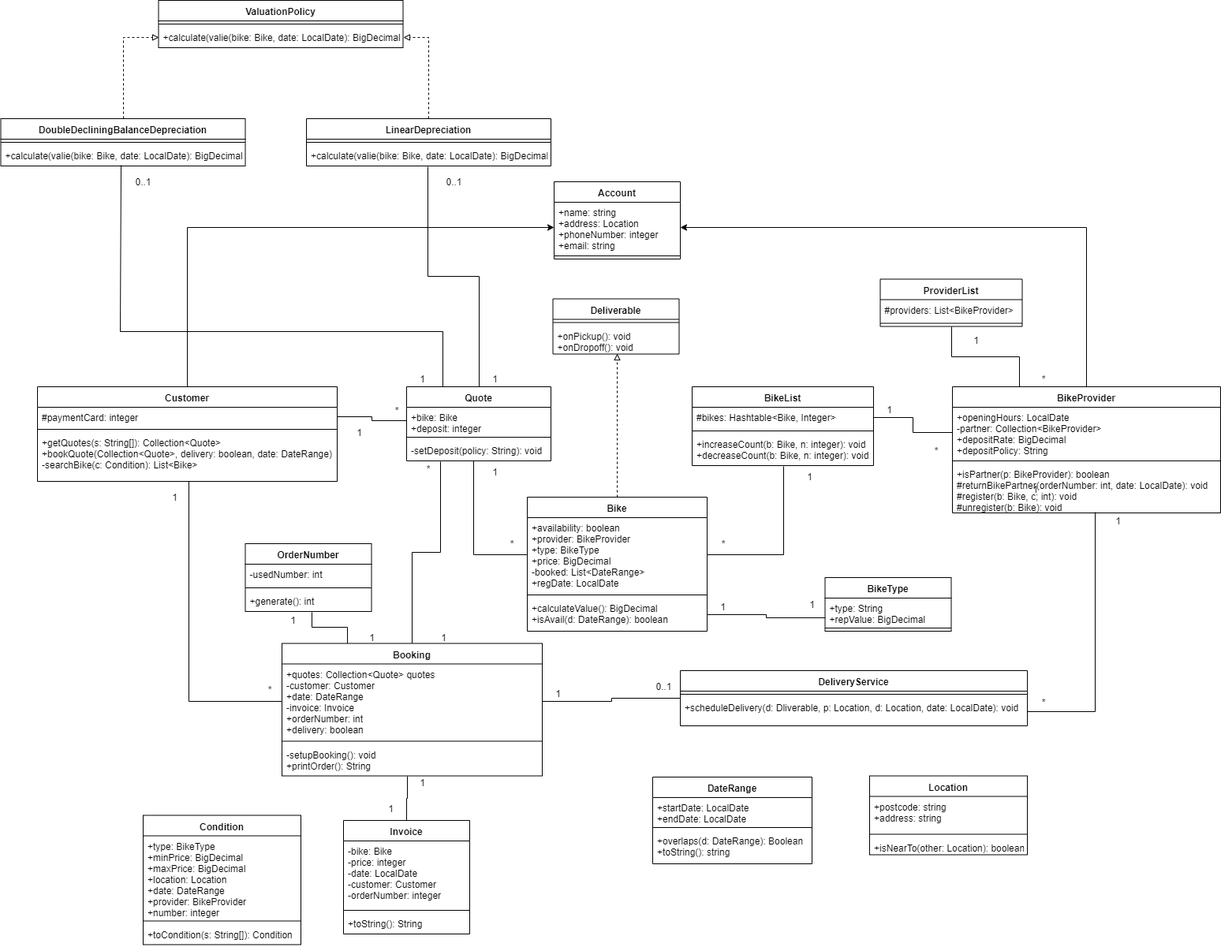
Before: diagram/cw2_class_diagram.png, a diagram exported from draw.io (SatoMichi/SE_CW_Bike_Rental_System). Source tidied: cells renumbered, new cells last; positions are measured from the earlier drawing's top-left corner, leaving out a move shared by most shapes.
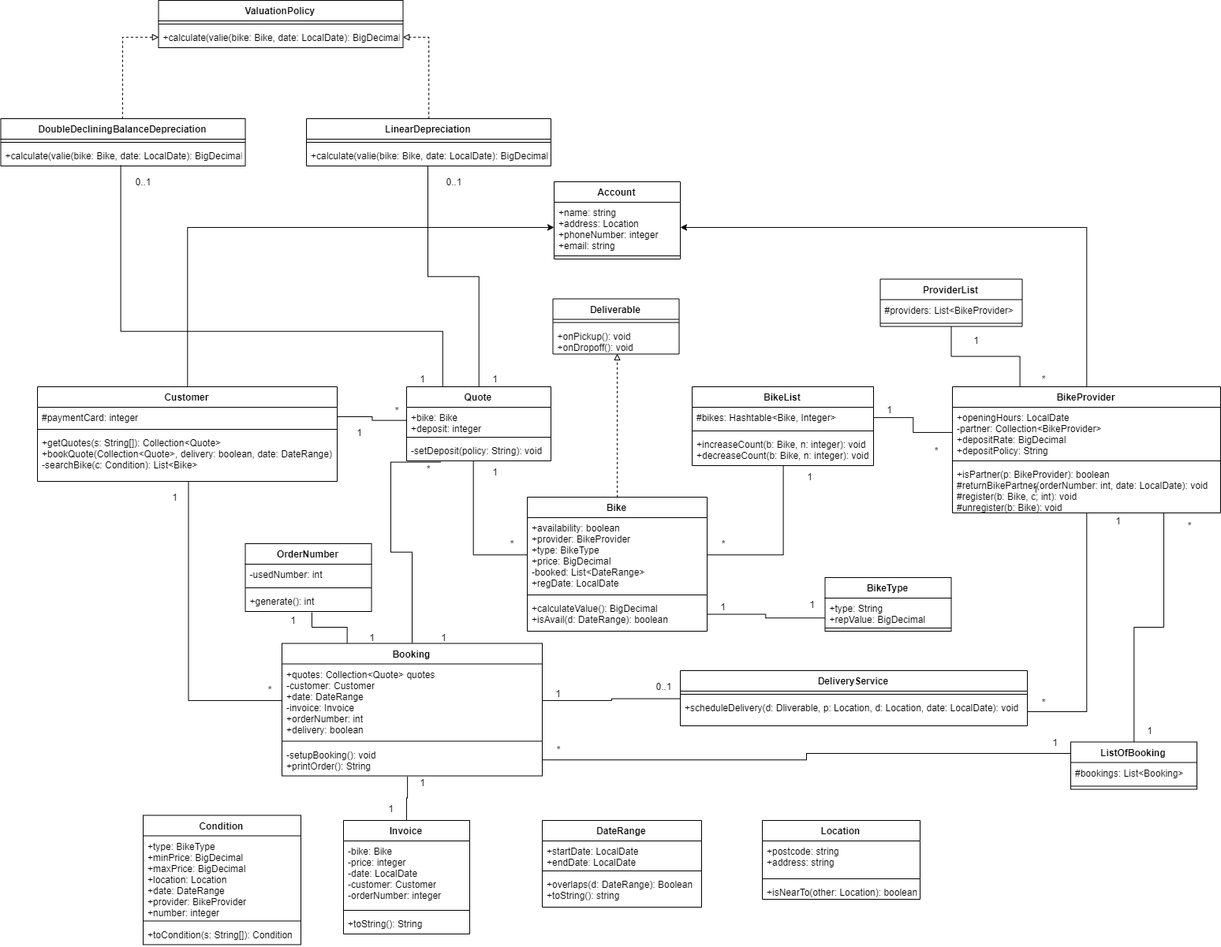
After the commit.

What changed in the source:
```diff
@@ -128,7 +128,7 @@
       <mxGeometry y="34" width="440" height="36" as="geometry" />
     </mxCell>
     <mxCell id="42" value="DateRange" style="swimlane;fontStyle=1;align=center;verticalAlign=top;horizontal=1;startSize=26;" parent="1" vertex="1">
-      <mxGeometry x="826" y="985" width="202" height="110" as="geometry" />
+      <mxGeometry x="686" y="1040" width="202" height="110" as="geometry" />
     </mxCell>
     <mxCell id="43" value="+startDate: LocalDate&#10;+endDate: LocalDate" style="text;strokeColor=none;fillColor=none;align=left;verticalAlign=top;spacingLeft=4;spacingRight=4;overflow=hidden;" parent="42" vertex="1">
       <mxGeometry y="26" width="202" height="34" as="geometry" />
@@ -143,7 +143,7 @@
       <mxGeometry x="1291" y="610" width="40" height="20" as="geometry" />
     </mxCell>
     <mxCell id="47" value="Location" style="swimlane;fontStyle=1;align=center;verticalAlign=top;horizontal=1;startSize=26;" parent="1" vertex="1">
-      <mxGeometry x="1101" y="983.5" width="200" height="100" as="geometry" />
+      <mxGeometry x="965" y="1040" width="200" height="100" as="geometry" />
     </mxCell>
     <mxCell id="48" value="+postcode: string&#10;+address: string" style="text;strokeColor=none;fillColor=none;align=left;verticalAlign=top;spacingLeft=4;spacingRight=4;overflow=hidden;" parent="47" vertex="1">
       <mxGeometry y="26" width="200" height="44" as="geometry" />
@@ -253,7 +253,7 @@
     <mxCell id="83" style="edgeStyle=orthogonalEdgeStyle;rounded=0;jettySize=auto;html=1;exitX=1;exitY=0.5;exitDx=0;exitDy=0;entryX=0;entryY=0.5;entryDx=0;entryDy=0;startArrow=none;startFill=0;endArrow=none;endFill=0;" parent="1" edge="1" source="36" target="39">
       <mxGeometry relative="1" as="geometry" />
     </mxCell>
-    <mxCell id="84" style="edgeStyle=orthogonalEdgeStyle;rounded=0;jettySize=auto;html=1;exitX=1;exitY=0.5;exitDx=0;exitDy=0;entryX=0.531;entryY=0.989;entryDx=0;entryDy=0;entryPerimeter=0;startArrow=none;startFill=0;endArrow=none;endFill=0;" parent="1" edge="1" source="41" target="14">
+    <mxCell id="84" style="edgeStyle=orthogonalEdgeStyle;rounded=0;jettySize=auto;html=1;exitX=1;exitY=0.5;exitDx=0;exitDy=0;startArrow=none;startFill=0;endArrow=none;endFill=0;entryX=0.5;entryY=1;entryDx=0;entryDy=0;entryPerimeter=0;" parent="1" edge="1" source="41" target="14">
       <mxGeometry relative="1" as="geometry" />
     </mxCell>
     <mxCell id="85" style="edgeStyle=orthogonalEdgeStyle;rounded=0;jettySize=auto;html=1;exitX=1;exitY=0.5;exitDx=0;exitDy=0;entryX=0;entryY=0.75;entryDx=0;entryDy=0;startArrow=none;startFill=0;endArrow=none;endFill=0;" parent="1" edge="1" source="23" target="55">
@@ -355,5 +355,32 @@
     <mxCell id="117" value="+toCondition(s: String[]): Condition" style="text;strokeColor=none;fillColor=none;align=left;verticalAlign=top;spacingLeft=4;spacingRight=4;overflow=hidden;" parent="114" vertex="1">
       <mxGeometry y="138" width="200" height="26" as="geometry" />
     </mxCell>
+    <mxCell id="118" style="edgeStyle=orthogonalEdgeStyle;rounded=0;jettySize=auto;html=1;exitX=0.5;exitY=0;exitDx=0;exitDy=0;entryX=0.789;entryY=0.999;entryDx=0;entryDy=0;entryPerimeter=0;endArrow=none;endFill=0;" parent="1" edge="1" source="119" target="14">
+      <mxGeometry relative="1" as="geometry" />
+    </mxCell>
+    <mxCell id="119" value="ListOfBooking" style="swimlane;fontStyle=1;align=center;verticalAlign=top;horizontal=1;startSize=26;" parent="1" vertex="1">
+      <mxGeometry x="1356" y="940.5" width="160" height="60" as="geometry" />
+    </mxCell>
+    <mxCell id="120" value="#bookings: List&lt;Booking&gt;" style="text;strokeColor=none;fillColor=none;align=left;verticalAlign=top;spacingLeft=4;spacingRight=4;overflow=hidden;" parent="119" vertex="1">
+      <mxGeometry y="26" width="160" height="26" as="geometry" />
+    </mxCell>
+    <mxCell id="121" style="line;strokeWidth=1;fillColor=none;align=left;verticalAlign=middle;spacingTop=-1;spacingLeft=3;spacingRight=3;labelPosition=right;" parent="119" vertex="1">
+      <mxGeometry y="52" width="160" height="8" as="geometry" />
+    </mxCell>
+    <mxCell id="122" style="edgeStyle=orthogonalEdgeStyle;rounded=0;jettySize=auto;html=1;exitX=1;exitY=0.5;exitDx=0;exitDy=0;entryX=0;entryY=0.25;entryDx=0;entryDy=0;endArrow=none;endFill=0;" parent="1" edge="1" source="38" target="119">
+      <mxGeometry relative="1" as="geometry" />
+    </mxCell>
+    <mxCell id="123" value="*" style="text;html=1;strokeColor=none;fillColor=none;align=center;verticalAlign=middle;whiteSpace=wrap;rounded=0;" parent="1" vertex="1">
+      <mxGeometry x="686" y="940" width="40" height="20" as="geometry" />
+    </mxCell>
+    <mxCell id="124" value="1" style="text;html=1;strokeColor=none;fillColor=none;align=center;verticalAlign=middle;whiteSpace=wrap;rounded=0;" parent="1" vertex="1">
+      <mxGeometry x="1316" y="931" width="40" height="20" as="geometry" />
+    </mxCell>
+    <mxCell id="125" value="1" style="text;html=1;strokeColor=none;fillColor=none;align=center;verticalAlign=middle;whiteSpace=wrap;rounded=0;" parent="1" vertex="1">
+      <mxGeometry x="1436" y="916" width="40" height="20" as="geometry" />
+    </mxCell>
+    <mxCell id="126" value="*" style="text;html=1;strokeColor=none;fillColor=none;align=center;verticalAlign=middle;whiteSpace=wrap;rounded=0;" parent="1" vertex="1">
+      <mxGeometry x="1486" y="656" width="40" height="20" as="geometry" />
+    </mxCell>
   </root>
 </mxGraphModel>
```
